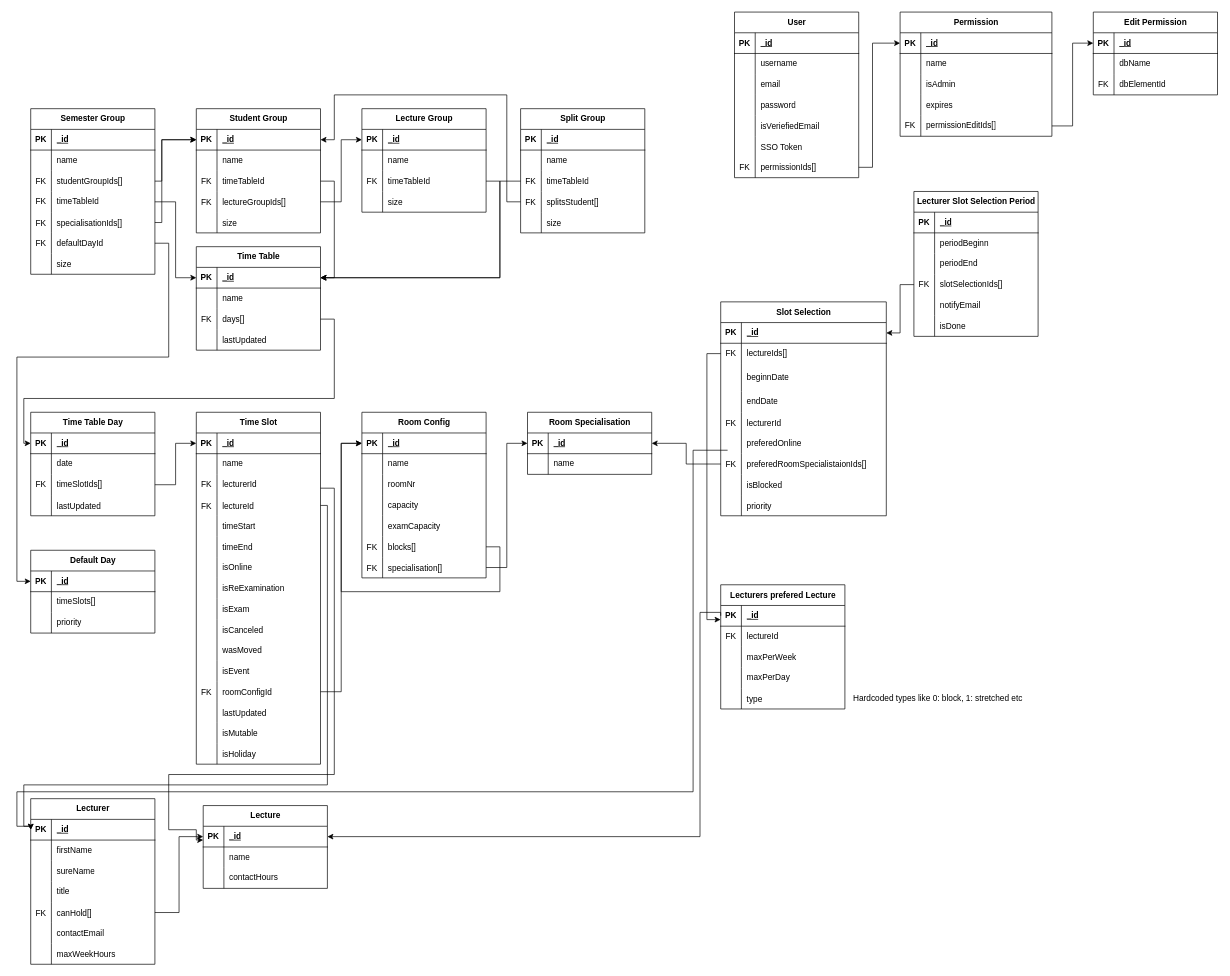
MindCollaps/TimeCraft keeps this draw.io diagram as documentation/Database_ER.drawio. Above is the earlier version. Source tidied: cells renumbered, new cells numbered last; positions are measured from the earlier drawing's top-left corner, leaving out a move shared by most shapes. Both pictures are drawn from the tidied source at 69%, with x=0, y=0 at pixel (17, 12).
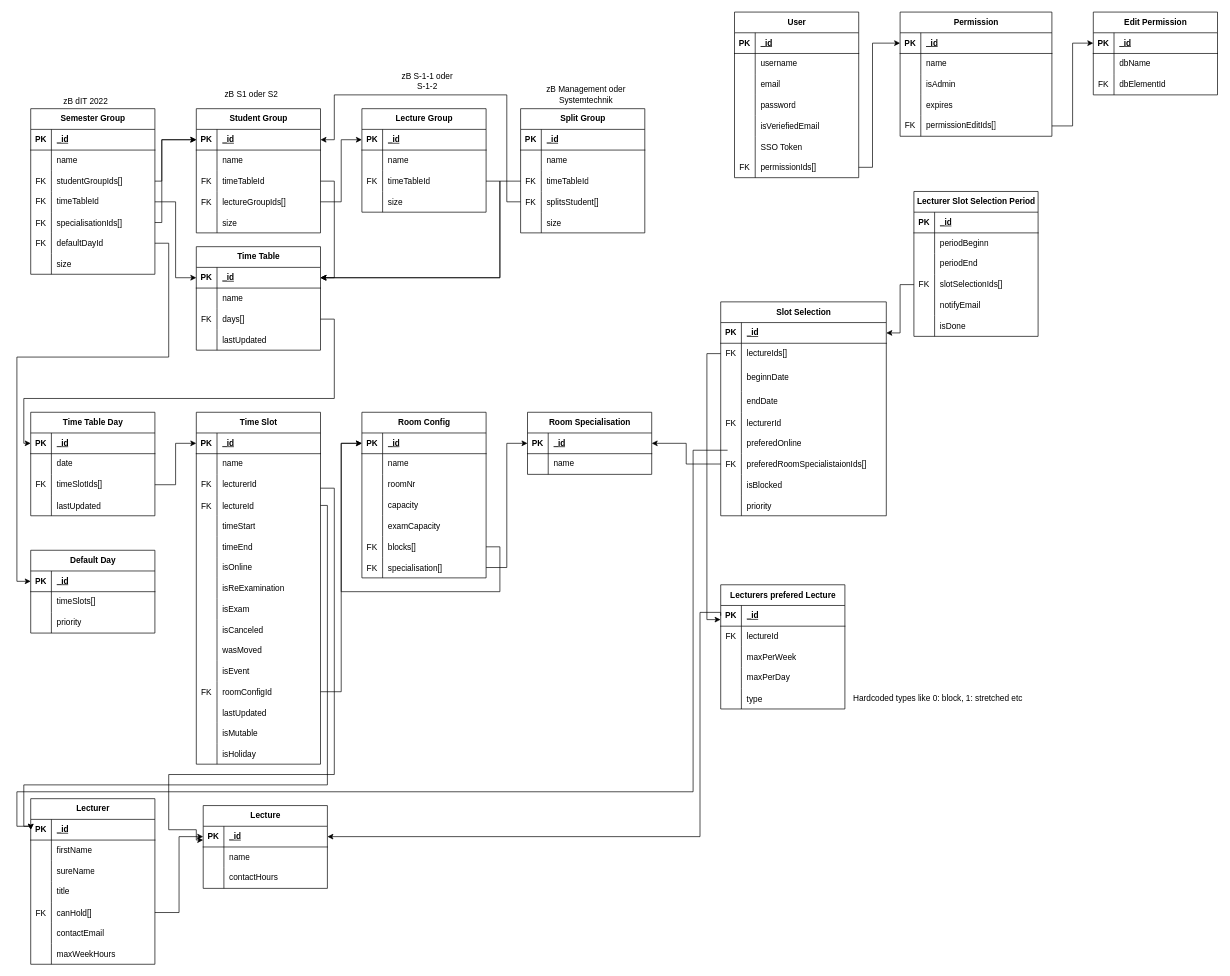
The same diagram, later.

Commit message (it also covers changes not shown here):
update the docu for StudentGroup

Diff of the diagram source:
```diff
@@
+    <mxCell id="351" value="zB S1 oder S2" style="text;html=1;align=center;verticalAlign=middle;whiteSpace=wrap;rounded=0;" parent="1" vertex="1">
+      <mxGeometry x="300" y="105" width="80" height="30" as="geometry" />
+    </mxCell>
+    <mxCell id="352" value="zB dIT 2022" style="text;html=1;align=center;verticalAlign=middle;whiteSpace=wrap;rounded=0;" parent="1" vertex="1">
+      <mxGeometry x="60" y="115" width="80" height="30" as="geometry" />
+    </mxCell>
+    <mxCell id="353" value="zB Management oder Systemtechnik" style="text;html=1;align=center;verticalAlign=middle;whiteSpace=wrap;rounded=0;" parent="1" vertex="1">
+      <mxGeometry x="760" y="105" width="130" height="30" as="geometry" />
+    </mxCell>
+    <mxCell id="354" value="zB S-1-1 oder S-1-2" style="text;html=1;align=center;verticalAlign=middle;whiteSpace=wrap;rounded=0;" parent="1" vertex="1">
+      <mxGeometry x="550" y="85" width="90" height="30" as="geometry" />
+    </mxCell>
```
